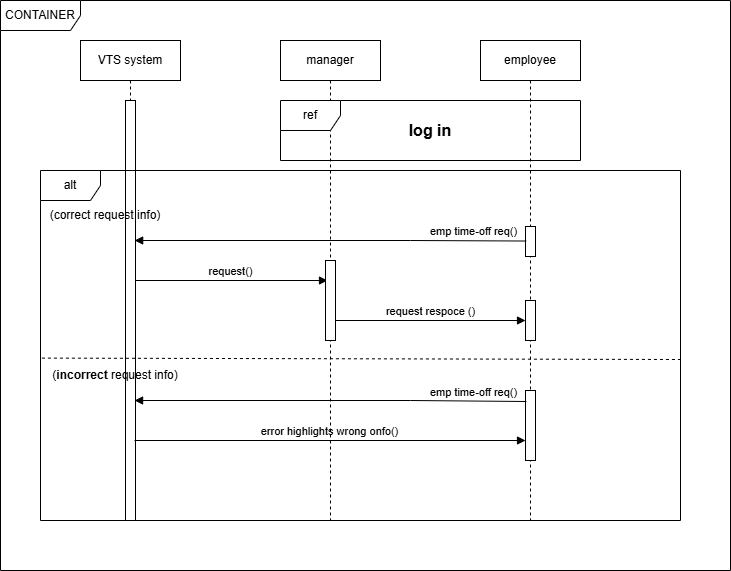
Earlier version of the draw.io export task1/manageTime_sequenceDiagram.drawio.png (zieadkh/Mentorship). Source tidied: cells renumbered, new cells last; positions are measured from the earlier drawing's top-left corner, leaving out a move shared by most shapes.
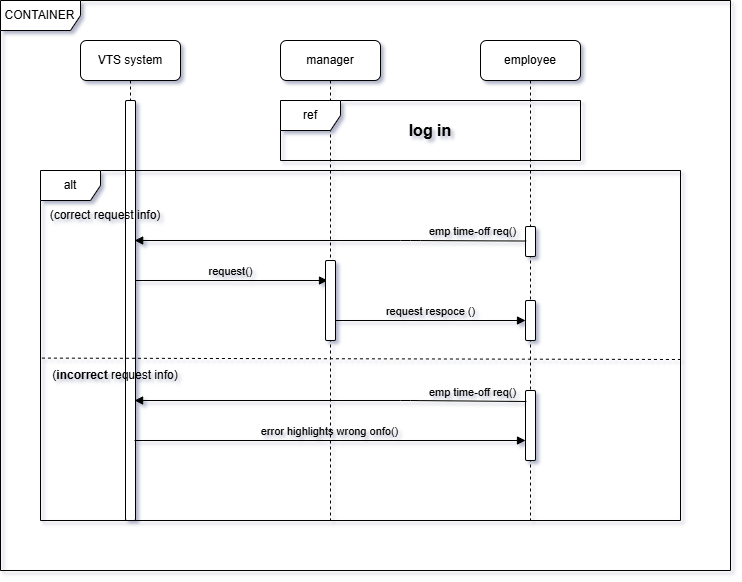
After the commit.

What changed in the source:
```diff
@@ -1,53 +1,53 @@
-<mxGraphModel>
+<mxGraphModel shadow="1">
   <root>
     <mxCell id="0" />
     <mxCell id="1" parent="0" />
-    <mxCell id="2" value="manager" style="shape=umlLifeline;perimeter=lifelinePerimeter;whiteSpace=wrap;html=1;newEdgeStyle={&quot;curved&quot;:0,&quot;rounded&quot;:0};size=40;labelBackgroundColor=none;" parent="1" vertex="1">
+    <mxCell id="2" value="manager" style="shape=umlLifeline;perimeter=lifelinePerimeter;whiteSpace=wrap;html=1;newEdgeStyle={&quot;curved&quot;:0,&quot;rounded&quot;:0};size=40;labelBackgroundColor=none;rounded=1;" parent="1" vertex="1">
       <mxGeometry x="280" y="40" width="100" height="480" as="geometry" />
     </mxCell>
-    <mxCell id="3" value="employee" style="shape=umlLifeline;perimeter=lifelinePerimeter;whiteSpace=wrap;html=1;newEdgeStyle={&quot;curved&quot;:0,&quot;rounded&quot;:0};labelBackgroundColor=none;" parent="1" vertex="1">
+    <mxCell id="3" value="employee" style="shape=umlLifeline;perimeter=lifelinePerimeter;whiteSpace=wrap;html=1;newEdgeStyle={&quot;curved&quot;:0,&quot;rounded&quot;:0};labelBackgroundColor=none;rounded=1;" parent="1" vertex="1">
       <mxGeometry x="480" y="40" width="100" height="480" as="geometry" />
     </mxCell>
-    <mxCell id="4" style="html=1;points=[[0,0,0,0,5],[0,1,0,0,-5],[1,0,0,0,5],[1,1,0,0,-5]];perimeter=orthogonalPerimeter;outlineConnect=0;targetShapes=umlLifeline;portConstraint=eastwest;newEdgeStyle={&quot;curved&quot;:0,&quot;rounded&quot;:0};labelBackgroundColor=none;" parent="3" vertex="1">
+    <mxCell id="4" style="html=1;points=[[0,0,0,0,5],[0,1,0,0,-5],[1,0,0,0,5],[1,1,0,0,-5]];perimeter=orthogonalPerimeter;outlineConnect=0;targetShapes=umlLifeline;portConstraint=eastwest;newEdgeStyle={&quot;curved&quot;:0,&quot;rounded&quot;:0};labelBackgroundColor=none;rounded=1;" parent="3" vertex="1">
       <mxGeometry x="45" y="186" width="10" height="30" as="geometry" />
     </mxCell>
-    <mxCell id="5" style="html=1;perimeter=orthogonalPerimeter;targetShapes=umlLifeline;newEdgeStyle={&quot;curved&quot;:0,&quot;rounded&quot;:0};labelBackgroundColor=none;" parent="3" vertex="1">
+    <mxCell id="5" style="html=1;perimeter=orthogonalPerimeter;targetShapes=umlLifeline;newEdgeStyle={&quot;curved&quot;:0,&quot;rounded&quot;:0};labelBackgroundColor=none;rounded=1;" parent="3" vertex="1">
       <mxGeometry x="45" y="350" width="10" height="70" as="geometry" />
     </mxCell>
-    <mxCell id="6" value="VTS system" style="shape=umlLifeline;perimeter=lifelinePerimeter;whiteSpace=wrap;html=1;newEdgeStyle={&quot;curved&quot;:0,&quot;rounded&quot;:0};labelBackgroundColor=none;" parent="1" vertex="1">
+    <mxCell id="6" value="VTS system" style="shape=umlLifeline;perimeter=lifelinePerimeter;whiteSpace=wrap;html=1;newEdgeStyle={&quot;curved&quot;:0,&quot;rounded&quot;:0};labelBackgroundColor=none;rounded=1;" parent="1" vertex="1">
       <mxGeometry x="80" y="40" width="100" height="480" as="geometry" />
     </mxCell>
-    <mxCell id="7" style="html=1;perimeter=orthogonalPerimeter;targetShapes=umlLifeline;newEdgeStyle={&quot;curved&quot;:0,&quot;rounded&quot;:0};labelBackgroundColor=none;" parent="6" vertex="1">
+    <mxCell id="7" style="html=1;perimeter=orthogonalPerimeter;targetShapes=umlLifeline;newEdgeStyle={&quot;curved&quot;:0,&quot;rounded&quot;:0};labelBackgroundColor=none;rounded=1;" parent="6" vertex="1">
       <mxGeometry x="45" y="60" width="10" height="420" as="geometry" />
     </mxCell>
-    <mxCell id="8" value="ref" style="shape=umlFrame;whiteSpace=wrap;html=1;labelBackgroundColor=none;" parent="1" vertex="1">
+    <mxCell id="8" value="ref" style="shape=umlFrame;whiteSpace=wrap;html=1;labelBackgroundColor=none;rounded=1;" parent="1" vertex="1">
       <mxGeometry x="280" y="100" width="300" height="60" as="geometry" />
     </mxCell>
-    <mxCell id="9" value="&lt;b&gt;&lt;font style=&quot;font-size: 16px;&quot;&gt;log in&lt;/font&gt;&lt;/b&gt;" style="text;html=1;whiteSpace=wrap;strokeColor=none;fillColor=none;align=center;verticalAlign=middle;rounded=0;labelBackgroundColor=none;" parent="1" vertex="1">
+    <mxCell id="9" value="&lt;b&gt;&lt;font style=&quot;font-size: 16px;&quot;&gt;log in&lt;/font&gt;&lt;/b&gt;" style="text;html=1;whiteSpace=wrap;strokeColor=none;fillColor=none;align=center;verticalAlign=middle;rounded=1;labelBackgroundColor=none;" parent="1" vertex="1">
       <mxGeometry x="400" y="115" width="60" height="30" as="geometry" />
     </mxCell>
-    <mxCell id="10" value="request()" style="html=1;verticalAlign=bottom;endArrow=block;curved=0;rounded=0;labelBackgroundColor=none;fontColor=default;" parent="1" edge="1">
+    <mxCell id="10" value="request()" style="html=1;verticalAlign=bottom;endArrow=block;curved=0;rounded=1;labelBackgroundColor=none;fontColor=default;" parent="1" edge="1">
       <mxGeometry x="-0.01" relative="1" as="geometry">
         <mxPoint x="135.2" y="280" as="sourcePoint" />
         <mxPoint x="327" y="280" as="targetPoint" />
       </mxGeometry>
     </mxCell>
-    <mxCell id="11" value="alt" style="shape=umlFrame;whiteSpace=wrap;html=1;labelBackgroundColor=none;" parent="1" vertex="1">
+    <mxCell id="11" value="alt" style="shape=umlFrame;whiteSpace=wrap;html=1;labelBackgroundColor=none;rounded=1;" parent="1" vertex="1">
       <mxGeometry x="40" y="170" width="640" height="350" as="geometry" />
     </mxCell>
-    <mxCell id="12" value="error highlights wrong onfo()" style="html=1;verticalAlign=bottom;endArrow=block;curved=0;rounded=0;strokeWidth=1;labelBackgroundColor=none;fontColor=default;" parent="1" edge="1">
+    <mxCell id="12" value="error highlights wrong onfo()" style="html=1;verticalAlign=bottom;endArrow=block;curved=0;rounded=1;strokeWidth=1;labelBackgroundColor=none;fontColor=default;" parent="1" edge="1">
       <mxGeometry x="-0.01" relative="1" as="geometry">
         <mxPoint x="134" y="440" as="sourcePoint" />
         <mxPoint x="525" y="440" as="targetPoint" />
       </mxGeometry>
     </mxCell>
-    <mxCell id="13" value="(correct request info)" style="text;html=1;whiteSpace=wrap;strokeColor=none;fillColor=none;align=center;verticalAlign=middle;rounded=0;labelBackgroundColor=none;" parent="1" vertex="1">
+    <mxCell id="13" value="(correct request info)" style="text;html=1;whiteSpace=wrap;strokeColor=none;fillColor=none;align=center;verticalAlign=middle;rounded=1;labelBackgroundColor=none;" parent="1" vertex="1">
       <mxGeometry x="40" y="200" width="130" height="30" as="geometry" />
     </mxCell>
-    <mxCell id="14" style="html=1;perimeter=orthogonalPerimeter;targetShapes=umlLifeline;newEdgeStyle={&quot;curved&quot;:0,&quot;rounded&quot;:0};labelBackgroundColor=none;" parent="1" vertex="1">
+    <mxCell id="14" style="html=1;perimeter=orthogonalPerimeter;targetShapes=umlLifeline;newEdgeStyle={&quot;curved&quot;:0,&quot;rounded&quot;:0};labelBackgroundColor=none;rounded=1;" parent="1" vertex="1">
       <mxGeometry x="325" y="260" width="10" height="80" as="geometry" />
     </mxCell>
-    <mxCell id="15" value="emp time-off req()" style="html=1;verticalAlign=bottom;endArrow=block;curved=0;rounded=0;exitX=0.067;exitY=0.484;exitDx=0;exitDy=0;exitPerimeter=0;labelBackgroundColor=none;fontColor=default;" parent="1" edge="1" source="4">
+    <mxCell id="15" value="emp time-off req()" style="html=1;verticalAlign=bottom;endArrow=block;curved=0;rounded=1;exitX=0.067;exitY=0.484;exitDx=0;exitDy=0;exitPerimeter=0;labelBackgroundColor=none;fontColor=default;" parent="1" edge="1" source="4">
       <mxGeometry x="-0.73" relative="1" as="geometry">
         <mxPoint x="134.2" y="240" as="targetPoint" />
         <Array as="points">
@@ -55,24 +55,24 @@
         </Array>
       </mxGeometry>
     </mxCell>
-    <mxCell id="16" style="html=1;points=[[0,0,0,0,5],[0,1,0,0,-5],[1,0,0,0,5],[1,1,0,0,-5]];perimeter=orthogonalPerimeter;outlineConnect=0;targetShapes=umlLifeline;portConstraint=eastwest;newEdgeStyle={&quot;curved&quot;:0,&quot;rounded&quot;:0};labelBackgroundColor=none;" parent="1" vertex="1">
+    <mxCell id="16" style="html=1;points=[[0,0,0,0,5],[0,1,0,0,-5],[1,0,0,0,5],[1,1,0,0,-5]];perimeter=orthogonalPerimeter;outlineConnect=0;targetShapes=umlLifeline;portConstraint=eastwest;newEdgeStyle={&quot;curved&quot;:0,&quot;rounded&quot;:0};labelBackgroundColor=none;rounded=1;" parent="1" vertex="1">
       <mxGeometry x="525" y="300" width="10" height="40" as="geometry" />
     </mxCell>
-    <mxCell id="17" value="request respoce ()" style="html=1;verticalAlign=bottom;endArrow=block;curved=0;rounded=0;labelBackgroundColor=none;fontColor=default;" parent="1" edge="1" target="16">
+    <mxCell id="17" value="request respoce ()" style="html=1;verticalAlign=bottom;endArrow=block;curved=0;rounded=1;labelBackgroundColor=none;fontColor=default;" parent="1" edge="1" target="16">
       <mxGeometry relative="1" as="geometry">
         <mxPoint x="335" y="320" as="sourcePoint" />
       </mxGeometry>
     </mxCell>
-    <mxCell id="18" style="endArrow=none;dashed=1;html=1;rounded=0;exitX=0.002;exitY=0.67;exitDx=0;exitDy=0;exitPerimeter=0;labelBackgroundColor=none;fontColor=default;" parent="1" edge="1">
+    <mxCell id="18" style="endArrow=none;dashed=1;html=1;rounded=1;exitX=0.002;exitY=0.67;exitDx=0;exitDy=0;exitPerimeter=0;labelBackgroundColor=none;fontColor=default;" parent="1" edge="1">
       <mxGeometry relative="1" as="geometry">
         <mxPoint x="41.4" y="357.6" as="sourcePoint" />
         <mxPoint x="680" y="359" as="targetPoint" />
       </mxGeometry>
     </mxCell>
-    <mxCell id="19" value="(&lt;b&gt;incorrect&lt;/b&gt; request info)" style="text;html=1;whiteSpace=wrap;strokeColor=none;fillColor=none;align=center;verticalAlign=middle;rounded=0;labelBackgroundColor=none;" parent="1" vertex="1">
+    <mxCell id="19" value="(&lt;b&gt;incorrect&lt;/b&gt; request info)" style="text;html=1;whiteSpace=wrap;strokeColor=none;fillColor=none;align=center;verticalAlign=middle;rounded=1;labelBackgroundColor=none;" parent="1" vertex="1">
       <mxGeometry x="50" y="360" width="130" height="30" as="geometry" />
     </mxCell>
-    <mxCell id="20" value="emp time-off req()" style="html=1;verticalAlign=bottom;endArrow=block;curved=0;rounded=0;exitX=0.067;exitY=0.484;exitDx=0;exitDy=0;exitPerimeter=0;labelBackgroundColor=none;fontColor=default;" parent="1" edge="1">
+    <mxCell id="20" value="emp time-off req()" style="html=1;verticalAlign=bottom;endArrow=block;curved=0;rounded=1;exitX=0.067;exitY=0.484;exitDx=0;exitDy=0;exitPerimeter=0;labelBackgroundColor=none;fontColor=default;" parent="1" edge="1">
       <mxGeometry x="-0.73" relative="1" as="geometry">
         <mxPoint x="525.9" y="401" as="sourcePoint" />
         <mxPoint x="134.1" y="400" as="targetPoint" />
@@ -81,7 +81,7 @@
         </Array>
       </mxGeometry>
     </mxCell>
-    <mxCell id="21" value="CONTAINER" style="shape=umlFrame;whiteSpace=wrap;html=1;width=80;height=30;labelBackgroundColor=none;fillStyle=solid;" parent="1" vertex="1">
+    <mxCell id="21" value="CONTAINER" style="shape=umlFrame;whiteSpace=wrap;html=1;width=80;height=30;labelBackgroundColor=none;fillStyle=solid;rounded=1;" parent="1" vertex="1">
       <mxGeometry width="730" height="570" as="geometry" />
     </mxCell>
   </root>
```
